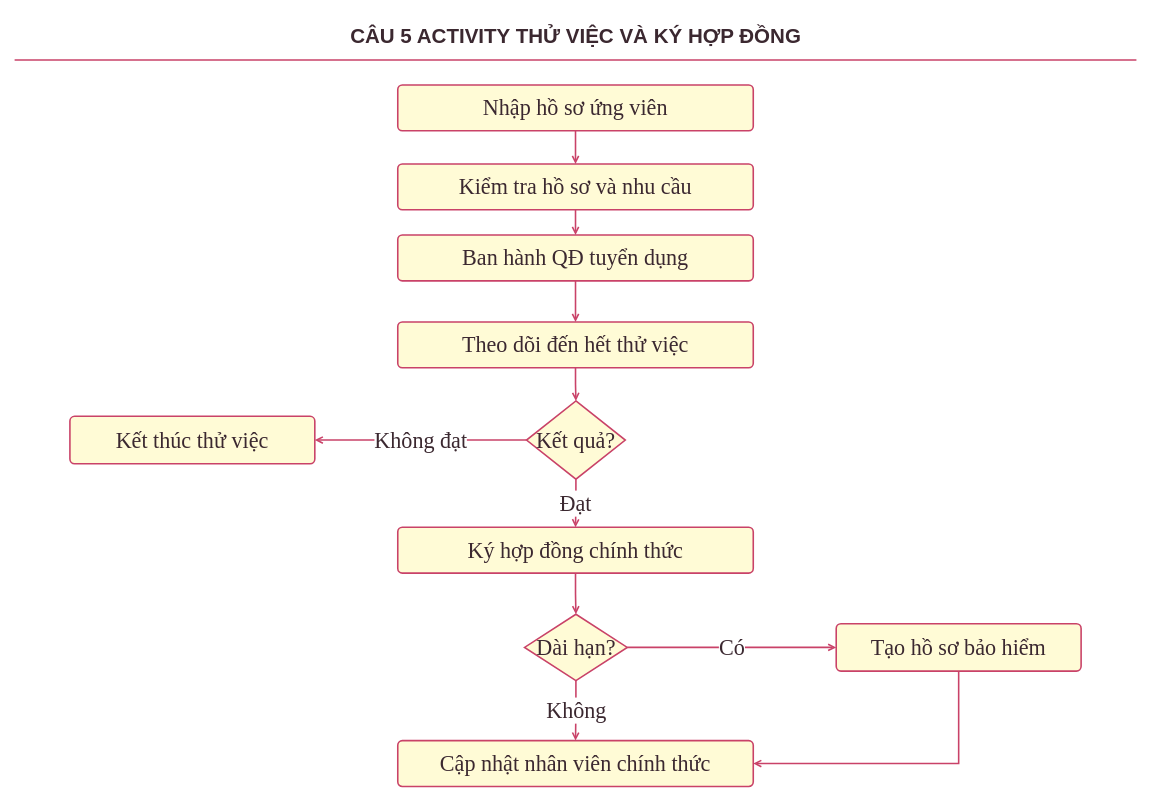
The draw.io diagram page "Câu 5 Activity Thử Việc Và Ký Hợp Đồng" (5 of 7) of LAB_AT_OOSD/LAB07/thietke/PhamMinhGiang-12DHCNPM1-LAB07-User.drawio in 1250080044-PhamMinhGiang-12DHCNPM1/OOP-Lab, before the edit. Source tidied: cells renumbered, new cells numbered last; positions are measured from the earlier drawing's top-left corner, leaving out a move shared by most shapes. Both pictures are drawn from the tidied source at 79%, with x=0, y=0 at pixel (14, 13).
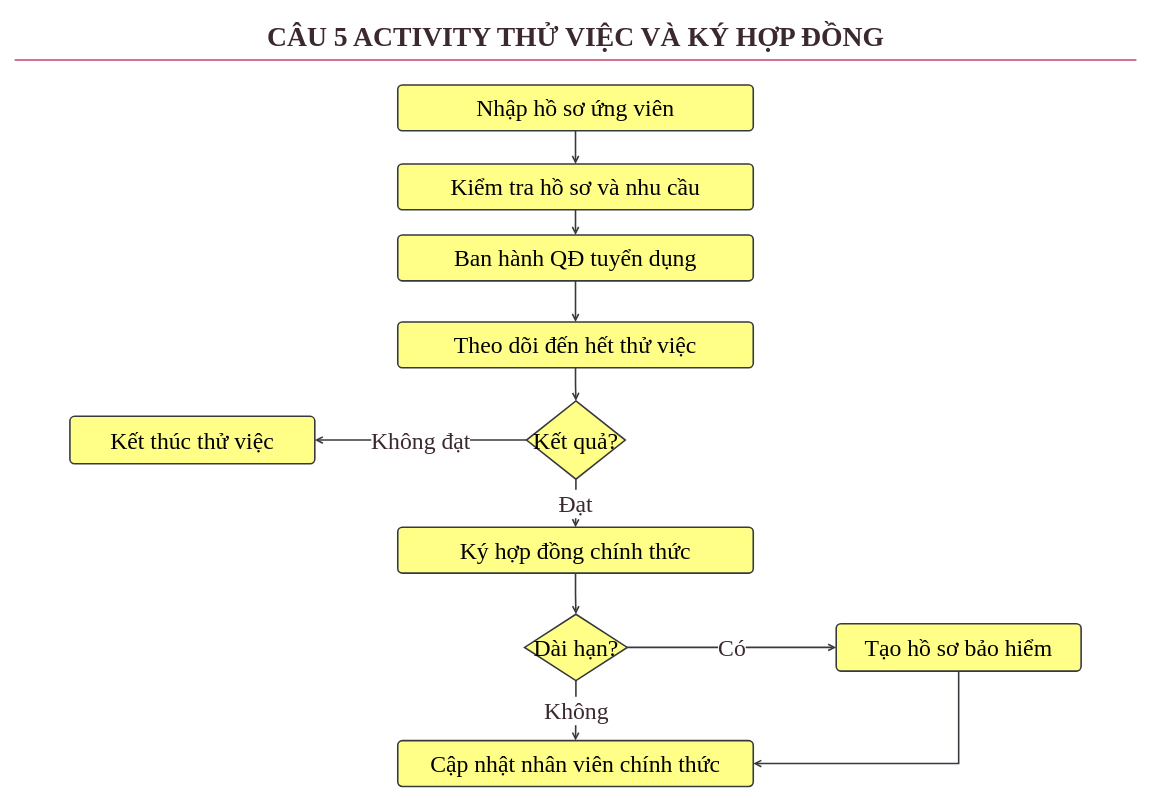
The same diagram, later.

Diff of the diagram source:
```diff
@@
-    <mxCell id="2" value="CÂU 5  ACTIVITY THỬ VIỆC VÀ KÝ HỢP ĐỒNG" style="text;html=1;align=center;verticalAlign=middle;fontSize=26;fontStyle=1;fontColor=#3B2830;strokeColor=none;fillColor=none;" parent="1" vertex="1">
+    <mxCell id="2" value="CÂU 5  ACTIVITY THỬ VIỆC VÀ KÝ HỢP ĐỒNG" style="text;html=1;align=center;verticalAlign=middle;fontSize=35;fontStyle=1;fontColor=#3B2830;strokeColor=none;fillColor=none;fontFamily=Times New Roman;" parent="1" vertex="1">
       <mxGeometry width="1420" height="58" as="geometry" />
     </mxCell>
@@
-    <mxCell id="4" value="Nhập hồ sơ ứng viên" style="rounded=1;arcSize=10;whiteSpace=wrap;html=1;fontColor=#3B2830;strokeColor=#C94268;strokeWidth=2;fillColor=#FFFBD6;fontSize=28;align=center;verticalAlign=middle;fontStyle=0;fontFamily=Times New Roman;" parent="1" vertex="1">
+    <mxCell id="4" value="Nhập hồ sơ ứng viên" style="rounded=1;arcSize=10;whiteSpace=wrap;html=1;strokeColor=#36393d;strokeWidth=2;fillColor=#ffff88;fontSize=30;align=center;verticalAlign=middle;fontStyle=0;fontFamily=Times New Roman;" parent="1" vertex="1">
       <mxGeometry x="485" y="90" width="450" height="58" as="geometry" />
     </mxCell>
-    <mxCell id="5" value="Kiểm tra hồ sơ và nhu cầu" style="rounded=1;arcSize=10;whiteSpace=wrap;html=1;fontColor=#3B2830;strokeColor=#C94268;strokeWidth=2;fillColor=#FFFBD6;fontSize=28;align=center;verticalAlign=middle;fontStyle=0;fontFamily=Times New Roman;" parent="1" vertex="1">
+    <mxCell id="5" value="Kiểm tra hồ sơ và nhu cầu" style="rounded=1;arcSize=10;whiteSpace=wrap;html=1;strokeColor=#36393d;strokeWidth=2;fillColor=#ffff88;fontSize=30;align=center;verticalAlign=middle;fontStyle=0;fontFamily=Times New Roman;" parent="1" vertex="1">
       <mxGeometry x="485" y="190" width="450" height="58" as="geometry" />
     </mxCell>
-    <mxCell id="6" value="Ban hành QĐ tuyển dụng" style="rounded=1;arcSize=10;whiteSpace=wrap;html=1;fontColor=#3B2830;strokeColor=#C94268;strokeWidth=2;fillColor=#FFFBD6;fontSize=28;align=center;verticalAlign=middle;fontStyle=0;fontFamily=Times New Roman;" parent="1" vertex="1">
+    <mxCell id="6" value="Ban hành QĐ tuyển dụng" style="rounded=1;arcSize=10;whiteSpace=wrap;html=1;strokeColor=#36393d;strokeWidth=2;fillColor=#ffff88;fontSize=30;align=center;verticalAlign=middle;fontStyle=0;fontFamily=Times New Roman;" parent="1" vertex="1">
       <mxGeometry x="485" y="280" width="450" height="58" as="geometry" />
     </mxCell>
-    <mxCell id="7" value="Theo dõi đến hết thử việc" style="rounded=1;arcSize=10;whiteSpace=wrap;html=1;fontColor=#3B2830;strokeColor=#C94268;strokeWidth=2;fillColor=#FFFBD6;fontSize=28;align=center;verticalAlign=middle;fontStyle=0;fontFamily=Times New Roman;" parent="1" vertex="1">
+    <mxCell id="7" value="Theo dõi đến hết thử việc" style="rounded=1;arcSize=10;whiteSpace=wrap;html=1;strokeColor=#36393d;strokeWidth=2;fillColor=#ffff88;fontSize=30;align=center;verticalAlign=middle;fontStyle=0;fontFamily=Times New Roman;" parent="1" vertex="1">
       <mxGeometry x="485" y="390" width="450" height="58" as="geometry" />
     </mxCell>
-    <mxCell id="8" value="Kết quả?" style="rhombus;whiteSpace=wrap;html=1;fontColor=#3B2830;strokeColor=#C94268;strokeWidth=2;fillColor=#FFFBD6;fontSize=28;align=center;verticalAlign=middle;fontStyle=0;fontFamily=Times New Roman;" parent="1" vertex="1">
+    <mxCell id="8" value="Kết quả?" style="rhombus;whiteSpace=wrap;html=1;strokeColor=#36393d;strokeWidth=2;fillColor=#ffff88;fontSize=30;align=center;verticalAlign=middle;fontStyle=0;fontFamily=Times New Roman;" parent="1" vertex="1">
       <mxGeometry x="648" y="490" width="125" height="99" as="geometry" />
     </mxCell>
-    <mxCell id="9" value="Kết thúc thử việc" style="rounded=1;arcSize=10;whiteSpace=wrap;html=1;fontColor=#3B2830;strokeColor=#C94268;strokeWidth=2;fillColor=#FFFBD6;fontSize=28;align=center;verticalAlign=middle;fontStyle=0;fontFamily=Times New Roman;" parent="1" vertex="1">
+    <mxCell id="9" value="Kết thúc thử việc" style="rounded=1;arcSize=10;whiteSpace=wrap;html=1;strokeColor=#36393d;strokeWidth=2;fillColor=#ffff88;fontSize=30;align=center;verticalAlign=middle;fontStyle=0;fontFamily=Times New Roman;" parent="1" vertex="1">
       <mxGeometry x="70" y="509.5" width="310" height="60" as="geometry" />
     </mxCell>
-    <mxCell id="10" value="Ký hợp đồng chính thức" style="rounded=1;arcSize=10;whiteSpace=wrap;html=1;fontColor=#3B2830;strokeColor=#C94268;strokeWidth=2;fillColor=#FFFBD6;fontSize=28;align=center;verticalAlign=middle;fontStyle=0;fontFamily=Times New Roman;" parent="1" vertex="1">
+    <mxCell id="10" value="Ký hợp đồng chính thức" style="rounded=1;arcSize=10;whiteSpace=wrap;html=1;strokeColor=#36393d;strokeWidth=2;fillColor=#ffff88;fontSize=30;align=center;verticalAlign=middle;fontStyle=0;fontFamily=Times New Roman;" parent="1" vertex="1">
       <mxGeometry x="485" y="650" width="450" height="58" as="geometry" />
     </mxCell>
-    <mxCell id="11" value="Dài hạn?" style="rhombus;whiteSpace=wrap;html=1;fontColor=#3B2830;strokeColor=#C94268;strokeWidth=2;fillColor=#FFFBD6;fontSize=28;align=center;verticalAlign=middle;fontStyle=0;fontFamily=Times New Roman;" parent="1" vertex="1">
+    <mxCell id="11" value="Dài hạn?" style="rhombus;whiteSpace=wrap;html=1;strokeColor=#36393d;strokeWidth=2;fillColor=#ffff88;fontSize=30;align=center;verticalAlign=middle;fontStyle=0;fontFamily=Times New Roman;" parent="1" vertex="1">
       <mxGeometry x="645.5" y="760" width="130" height="84" as="geometry" />
     </mxCell>
-    <mxCell id="12" value="Tạo hồ sơ bảo hiểm" style="rounded=1;arcSize=10;whiteSpace=wrap;html=1;fontColor=#3B2830;strokeColor=#C94268;strokeWidth=2;fillColor=#FFFBD6;fontSize=28;align=center;verticalAlign=middle;fontStyle=0;fontFamily=Times New Roman;" parent="1" vertex="1">
+    <mxCell id="12" value="Tạo hồ sơ bảo hiểm" style="rounded=1;arcSize=10;whiteSpace=wrap;html=1;strokeColor=#36393d;strokeWidth=2;fillColor=#ffff88;fontSize=30;align=center;verticalAlign=middle;fontStyle=0;fontFamily=Times New Roman;" parent="1" vertex="1">
       <mxGeometry x="1040" y="772" width="310" height="60" as="geometry" />
     </mxCell>
-    <mxCell id="13" value="Cập nhật nhân viên chính thức" style="rounded=1;arcSize=10;whiteSpace=wrap;html=1;fontColor=#3B2830;strokeColor=#C94268;strokeWidth=2;fillColor=#FFFBD6;fontSize=28;align=center;verticalAlign=middle;fontStyle=0;fontFamily=Times New Roman;" parent="1" vertex="1">
+    <mxCell id="13" value="Cập nhật nhân viên chính thức" style="rounded=1;arcSize=10;whiteSpace=wrap;html=1;strokeColor=#36393d;strokeWidth=2;fillColor=#ffff88;fontSize=30;align=center;verticalAlign=middle;fontStyle=0;fontFamily=Times New Roman;" parent="1" vertex="1">
       <mxGeometry x="485" y="920" width="450" height="58" as="geometry" />
     </mxCell>
-    <mxCell id="14" style="edgeStyle=orthogonalEdgeStyle;rounded=0;html=1;strokeColor=#C94268;strokeWidth=2;endArrow=open;endFill=0;fontColor=#3B2830;fontSize=28;dashed=0;fontFamily=Times New Roman;fontStyle=0;" parent="1" edge="1" source="4" target="5">
+    <mxCell id="14" style="edgeStyle=orthogonalEdgeStyle;rounded=0;html=1;strokeColor=#36393d;strokeWidth=2;endArrow=open;endFill=0;fontColor=#3B2830;fontSize=30;dashed=0;fontFamily=Times New Roman;fontStyle=0;fillColor=#ffff88;" parent="1" edge="1" source="4" target="5">
       <mxGeometry relative="1" as="geometry" />
     </mxCell>
-    <mxCell id="15" style="edgeStyle=orthogonalEdgeStyle;rounded=0;html=1;strokeColor=#C94268;strokeWidth=2;endArrow=open;endFill=0;fontColor=#3B2830;fontSize=28;dashed=0;fontFamily=Times New Roman;fontStyle=0;" parent="1" edge="1" source="5" target="6">
+    <mxCell id="15" style="edgeStyle=orthogonalEdgeStyle;rounded=0;html=1;strokeColor=#36393d;strokeWidth=2;endArrow=open;endFill=0;fontColor=#3B2830;fontSize=30;dashed=0;fontFamily=Times New Roman;fontStyle=0;fillColor=#ffff88;" parent="1" edge="1" source="5" target="6">
       <mxGeometry relative="1" as="geometry" />
     </mxCell>
-    <mxCell id="16" style="edgeStyle=orthogonalEdgeStyle;rounded=0;html=1;strokeColor=#C94268;strokeWidth=2;endArrow=open;endFill=0;fontColor=#3B2830;fontSize=28;dashed=0;fontFamily=Times New Roman;fontStyle=0;" parent="1" edge="1" source="6" target="7">
+    <mxCell id="16" style="edgeStyle=orthogonalEdgeStyle;rounded=0;html=1;strokeColor=#36393d;strokeWidth=2;endArrow=open;endFill=0;fontColor=#3B2830;fontSize=30;dashed=0;fontFamily=Times New Roman;fontStyle=0;fillColor=#ffff88;" parent="1" edge="1" source="6" target="7">
       <mxGeometry relative="1" as="geometry" />
     </mxCell>
-    <mxCell id="17" style="edgeStyle=orthogonalEdgeStyle;rounded=0;html=1;strokeColor=#C94268;strokeWidth=2;endArrow=open;endFill=0;fontColor=#3B2830;fontSize=28;dashed=0;fontFamily=Times New Roman;fontStyle=0;" parent="1" edge="1" source="7" target="8">
+    <mxCell id="17" style="edgeStyle=orthogonalEdgeStyle;rounded=0;html=1;strokeColor=#36393d;strokeWidth=2;endArrow=open;endFill=0;fontColor=#3B2830;fontSize=30;dashed=0;fontFamily=Times New Roman;fontStyle=0;fillColor=#ffff88;" parent="1" edge="1" source="7" target="8">
       <mxGeometry relative="1" as="geometry" />
     </mxCell>
-    <mxCell id="18" value="Không đạt" style="edgeStyle=orthogonalEdgeStyle;rounded=0;html=1;strokeColor=#C94268;strokeWidth=2;endArrow=open;endFill=0;fontColor=#3B2830;fontSize=28;dashed=0;fontFamily=Times New Roman;fontStyle=0;" parent="1" edge="1" source="8" target="9">
+    <mxCell id="18" value="Không đạt" style="edgeStyle=orthogonalEdgeStyle;rounded=0;html=1;strokeColor=#36393d;strokeWidth=2;endArrow=open;endFill=0;fontColor=#3B2830;fontSize=30;dashed=0;fontFamily=Times New Roman;fontStyle=0;fillColor=#ffff88;" parent="1" edge="1" source="8" target="9">
       <mxGeometry relative="1" as="geometry" />
     </mxCell>
-    <mxCell id="19" value="Đạt" style="edgeStyle=orthogonalEdgeStyle;rounded=0;html=1;strokeColor=#C94268;strokeWidth=2;endArrow=open;endFill=0;fontColor=#3B2830;fontSize=28;dashed=0;fontFamily=Times New Roman;fontStyle=0;" parent="1" edge="1" source="8" target="10">
+    <mxCell id="19" value="Đạt" style="edgeStyle=orthogonalEdgeStyle;rounded=0;html=1;strokeColor=#36393d;strokeWidth=2;endArrow=open;endFill=0;fontColor=#3B2830;fontSize=30;dashed=0;fontFamily=Times New Roman;fontStyle=0;fillColor=#ffff88;" parent="1" edge="1" source="8" target="10">
       <mxGeometry relative="1" as="geometry" />
     </mxCell>
-    <mxCell id="20" style="edgeStyle=orthogonalEdgeStyle;rounded=0;html=1;strokeColor=#C94268;strokeWidth=2;endArrow=open;endFill=0;fontColor=#3B2830;fontSize=28;dashed=0;fontFamily=Times New Roman;fontStyle=0;" parent="1" edge="1" source="10" target="11">
+    <mxCell id="20" style="edgeStyle=orthogonalEdgeStyle;rounded=0;html=1;strokeColor=#36393d;strokeWidth=2;endArrow=open;endFill=0;fontColor=#3B2830;fontSize=30;dashed=0;fontFamily=Times New Roman;fontStyle=0;fillColor=#ffff88;" parent="1" edge="1" source="10" target="11">
       <mxGeometry relative="1" as="geometry" />
     </mxCell>
-    <mxCell id="21" value="Có" style="edgeStyle=orthogonalEdgeStyle;rounded=0;html=1;strokeColor=#C94268;strokeWidth=2;endArrow=open;endFill=0;fontColor=#3B2830;fontSize=28;dashed=0;fontFamily=Times New Roman;fontStyle=0;" parent="1" edge="1" source="11" target="12">
+    <mxCell id="21" value="Có" style="edgeStyle=orthogonalEdgeStyle;rounded=0;html=1;strokeColor=#36393d;strokeWidth=2;endArrow=open;endFill=0;fontColor=#3B2830;fontSize=30;dashed=0;fontFamily=Times New Roman;fontStyle=0;fillColor=#ffff88;" parent="1" edge="1" source="11" target="12">
       <mxGeometry relative="1" as="geometry" />
     </mxCell>
-    <mxCell id="22" value="Không" style="edgeStyle=orthogonalEdgeStyle;rounded=0;html=1;strokeColor=#C94268;strokeWidth=2;endArrow=open;endFill=0;fontColor=#3B2830;fontSize=28;dashed=0;fontFamily=Times New Roman;fontStyle=0;" parent="1" edge="1" source="11" target="13">
+    <mxCell id="22" value="Không" style="edgeStyle=orthogonalEdgeStyle;rounded=0;html=1;strokeColor=#36393d;strokeWidth=2;endArrow=open;endFill=0;fontColor=#3B2830;fontSize=30;dashed=0;fontFamily=Times New Roman;fontStyle=0;fillColor=#ffff88;" parent="1" edge="1" source="11" target="13">
       <mxGeometry relative="1" as="geometry" />
     </mxCell>
-    <mxCell id="23" style="edgeStyle=orthogonalEdgeStyle;rounded=0;html=1;strokeColor=#C94268;strokeWidth=2;endArrow=open;endFill=0;fontColor=#3B2830;fontSize=28;dashed=0;fontFamily=Times New Roman;fontStyle=0;exitX=0.5;exitY=1;exitDx=0;exitDy=0;entryX=1;entryY=0.5;entryDx=0;entryDy=0;" parent="1" edge="1" source="12" target="13">
+    <mxCell id="23" style="edgeStyle=orthogonalEdgeStyle;rounded=0;html=1;strokeColor=#36393d;strokeWidth=2;endArrow=open;endFill=0;fontColor=#3B2830;fontSize=30;dashed=0;fontFamily=Times New Roman;fontStyle=0;exitX=0.5;exitY=1;exitDx=0;exitDy=0;entryX=1;entryY=0.5;entryDx=0;entryDy=0;fillColor=#ffff88;" parent="1" edge="1" source="12" target="13">
       <mxGeometry relative="1" as="geometry" />
     </mxCell>
```
